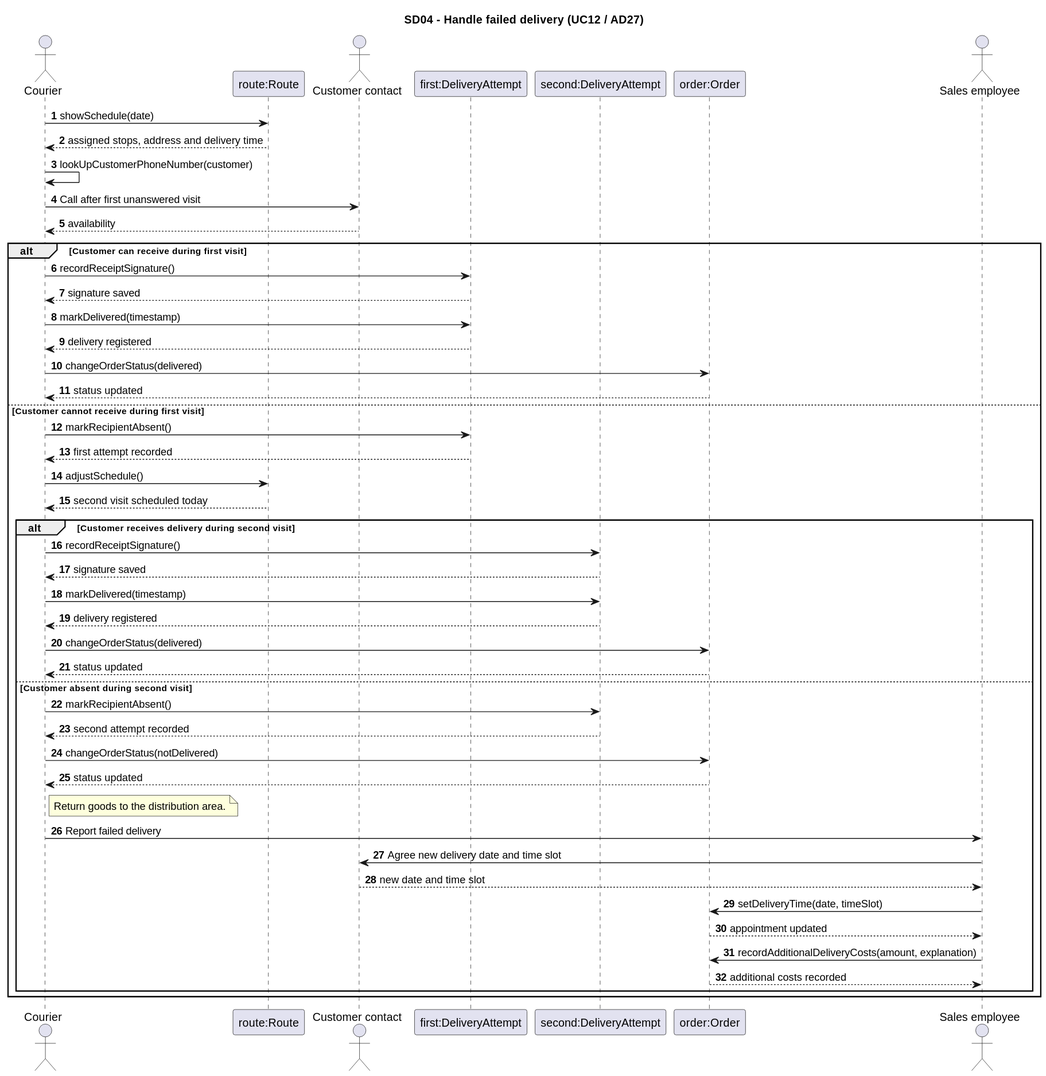
Above: Documentation/Architecture/uml/export/sequence_diagrams/SD04_KlantNietThuis.svg in ViktorQorri/Project-Timaflu (PlantUML), before the change.
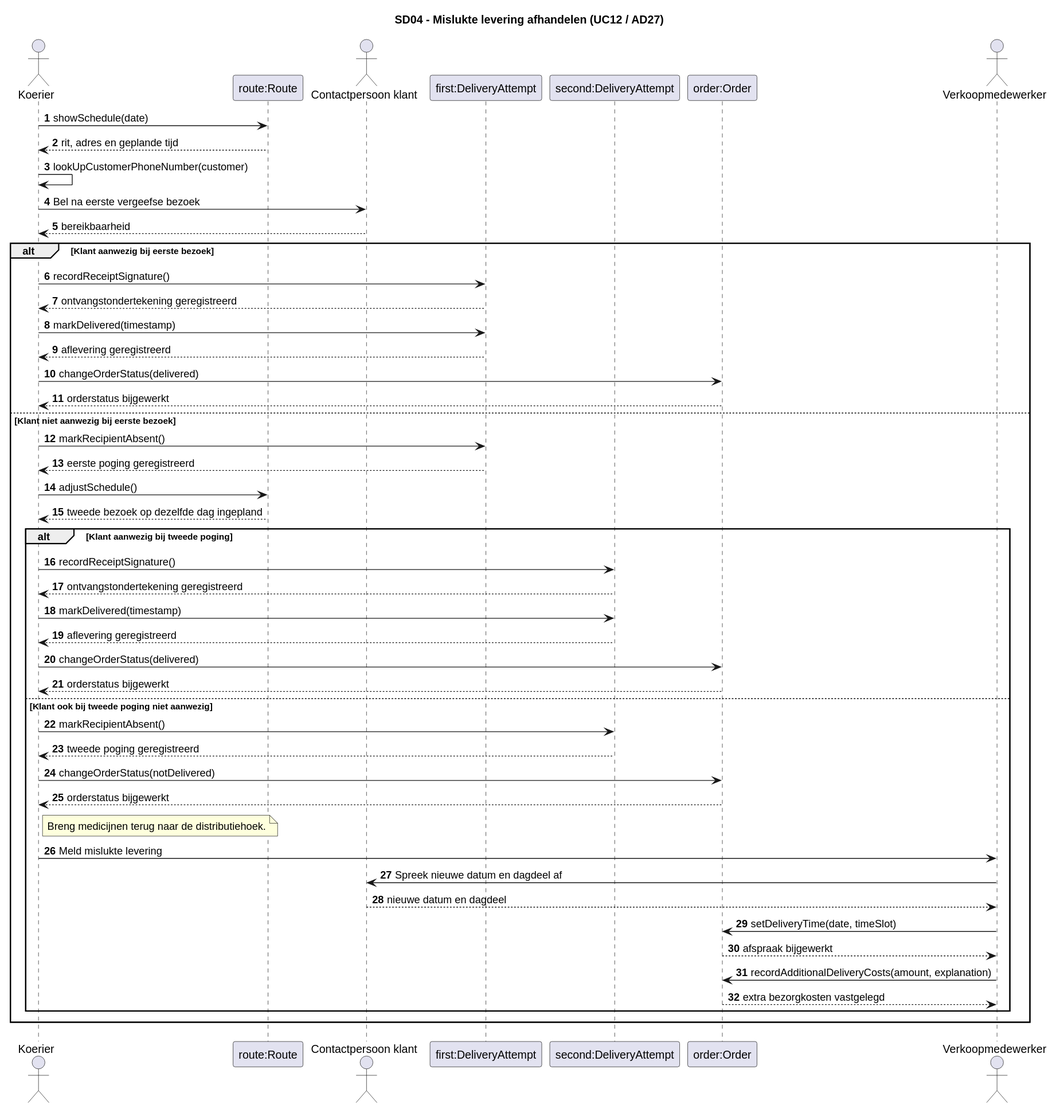
Later version of the same file.

Change to the diagram source:
```diff
@@ -1,50 +1,50 @@
 @startuml
-title SD04 - Handle failed delivery (UC12 / AD27)
+title SD04 - Mislukte levering afhandelen (UC12 / AD27)
 autonumber
-actor "Courier" as Courier
+actor "Koerier" as Courier
 participant "route:Route" as Route
-actor "Customer contact" as Contact
+actor "Contactpersoon klant" as Contact
 participant "first:DeliveryAttempt" as First
 participant "second:DeliveryAttempt" as Second
 participant "order:Order" as Order
-actor "Sales employee" as Sales
+actor "Verkoopmedewerker" as Sales
 Courier -> Route: showSchedule(date)
-Route --> Courier: assigned stops, address and delivery time
+Route --> Courier: rit, adres en geplande tijd
 Courier -> Courier: lookUpCustomerPhoneNumber(customer)
-Courier -> Contact: Call after first unanswered visit
-Contact --> Courier: availability
-alt Customer can receive during first visit
+Courier -> Contact: Bel na eerste vergeefse bezoek
+Contact --> Courier: bereikbaarheid
+alt Klant aanwezig bij eerste bezoek
   Courier -> First: recordReceiptSignature()
-  First --> Courier: signature saved
+  First --> Courier: ontvangstondertekening geregistreerd
   Courier -> First: markDelivered(timestamp)
-  First --> Courier: delivery registered
+  First --> Courier: aflevering geregistreerd
   Courier -> Order: changeOrderStatus(delivered)
-  Order --> Courier: status updated
-else Customer cannot receive during first visit
+  Order --> Courier: orderstatus bijgewerkt
+else Klant niet aanwezig bij eerste bezoek
   Courier -> First: markRecipientAbsent()
-  First --> Courier: first attempt recorded
+  First --> Courier: eerste poging geregistreerd
   Courier -> Route: adjustSchedule()
-  Route --> Courier: second visit scheduled today
-  alt Customer receives delivery during second visit
+  Route --> Courier: tweede bezoek op dezelfde dag ingepland
+  alt Klant aanwezig bij tweede poging
     Courier -> Second: recordReceiptSignature()
-    Second --> Courier: signature saved
+    Second --> Courier: ontvangstondertekening geregistreerd
     Courier -> Second: markDelivered(timestamp)
-    Second --> Courier: delivery registered
+    Second --> Courier: aflevering geregistreerd
     Courier -> Order: changeOrderStatus(delivered)
-    Order --> Courier: status updated
-  else Customer absent during second visit
+    Order --> Courier: orderstatus bijgewerkt
+  else Klant ook bij tweede poging niet aanwezig
     Courier -> Second: markRecipientAbsent()
-    Second --> Courier: second attempt recorded
+    Second --> Courier: tweede poging geregistreerd
     Courier -> Order: changeOrderStatus(notDelivered)
-    Order --> Courier: status updated
-    note right of Courier: Return goods to the distribution area.
-    Courier -> Sales: Report failed delivery
-    Sales -> Contact: Agree new delivery date and time slot
-    Contact --> Sales: new date and time slot
+    Order --> Courier: orderstatus bijgewerkt
+    note right of Courier: Breng medicijnen terug naar de distributiehoek.
+    Courier -> Sales: Meld mislukte levering
+    Sales -> Contact: Spreek nieuwe datum en dagdeel af
+    Contact --> Sales: nieuwe datum en dagdeel
     Sales -> Order: setDeliveryTime(date, timeSlot)
-    Order --> Sales: appointment updated
+    Order --> Sales: afspraak bijgewerkt
     Sales -> Order: recordAdditionalDeliveryCosts(amount, explanation)
-    Order --> Sales: additional costs recorded
+    Order --> Sales: extra bezorgkosten vastgelegd
   end
 end
 @enduml
```
